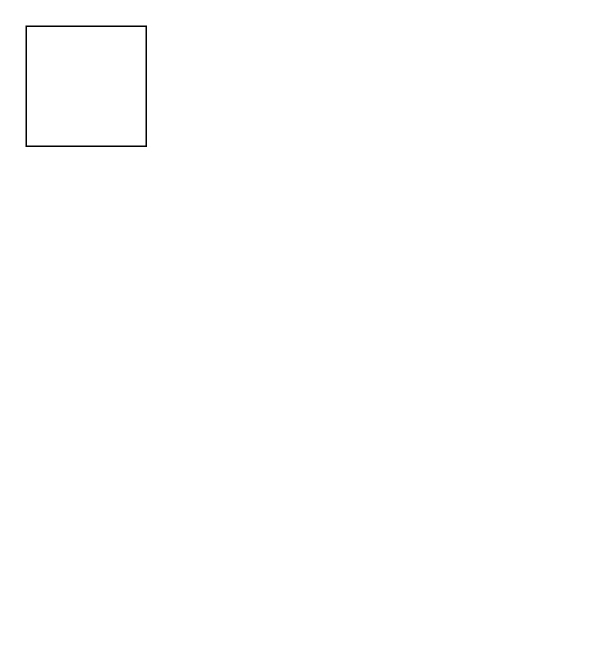
Earlier version of the draw.io diagram Алгоритм 1002DT_430_01_02.drawio (VZOR-nn/MARK-1002). Source tidied: cells renumbered, new cells numbered last; positions are measured from the earlier drawing's top-left corner, leaving out a move shared by most shapes. Both pictures are drawn from the tidied source at 150%, with x=0, y=0 at pixel (26, 26).
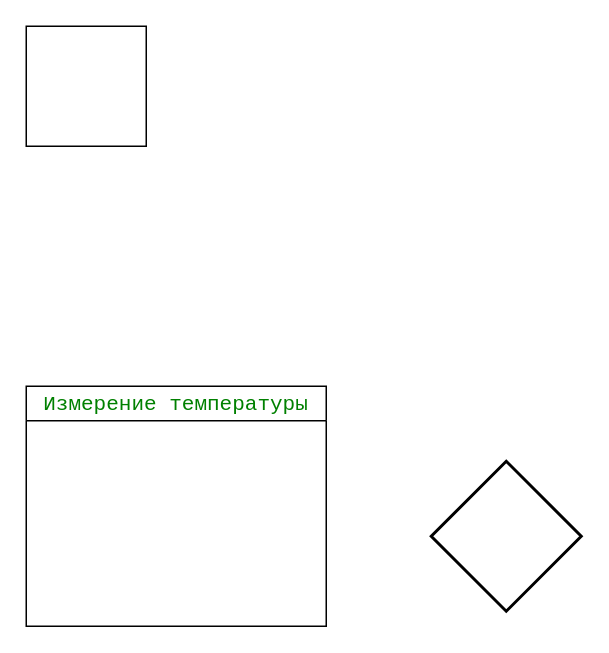
The same diagram, later.

Change to the diagram source:
```diff
@@
 <mxGraphModel>
   <root>
     <mxCell id="0" />
     <mxCell id="1" parent="0" />
     <mxCell id="2" style="whiteSpace=wrap;html=1;" parent="1" vertex="1">
       <mxGeometry width="80" height="80" as="geometry" />
     </mxCell>
+    <mxCell id="3" value="&lt;div style=&quot;background-color: rgb(255, 255, 255); font-family: Consolas, &amp;quot;Courier New&amp;quot;, monospace; font-weight: normal; font-size: 14px; line-height: 19px; white-space: pre;&quot;&gt;&lt;div style=&quot;background-color: rgb(255, 255, 255); line-height: 19px;&quot;&gt;&lt;span style=&quot;color: rgb(0, 128, 0);&quot;&gt;Измерение температуры&lt;/span&gt;&lt;/div&gt;&lt;/div&gt;" style="swimlane;whiteSpace=wrap;html=1;startSize=23;" parent="1" vertex="1">
+      <mxGeometry y="240" width="200" height="160" as="geometry" />
+    </mxCell>
+    <mxCell id="4" style="strokeWidth=2;html=1;shape=mxgraph.flowchart.decision;whiteSpace=wrap;" parent="1" vertex="1">
+      <mxGeometry x="270" y="290" width="100" height="100" as="geometry" />
+    </mxCell>
   </root>
 </mxGraphModel>
```
